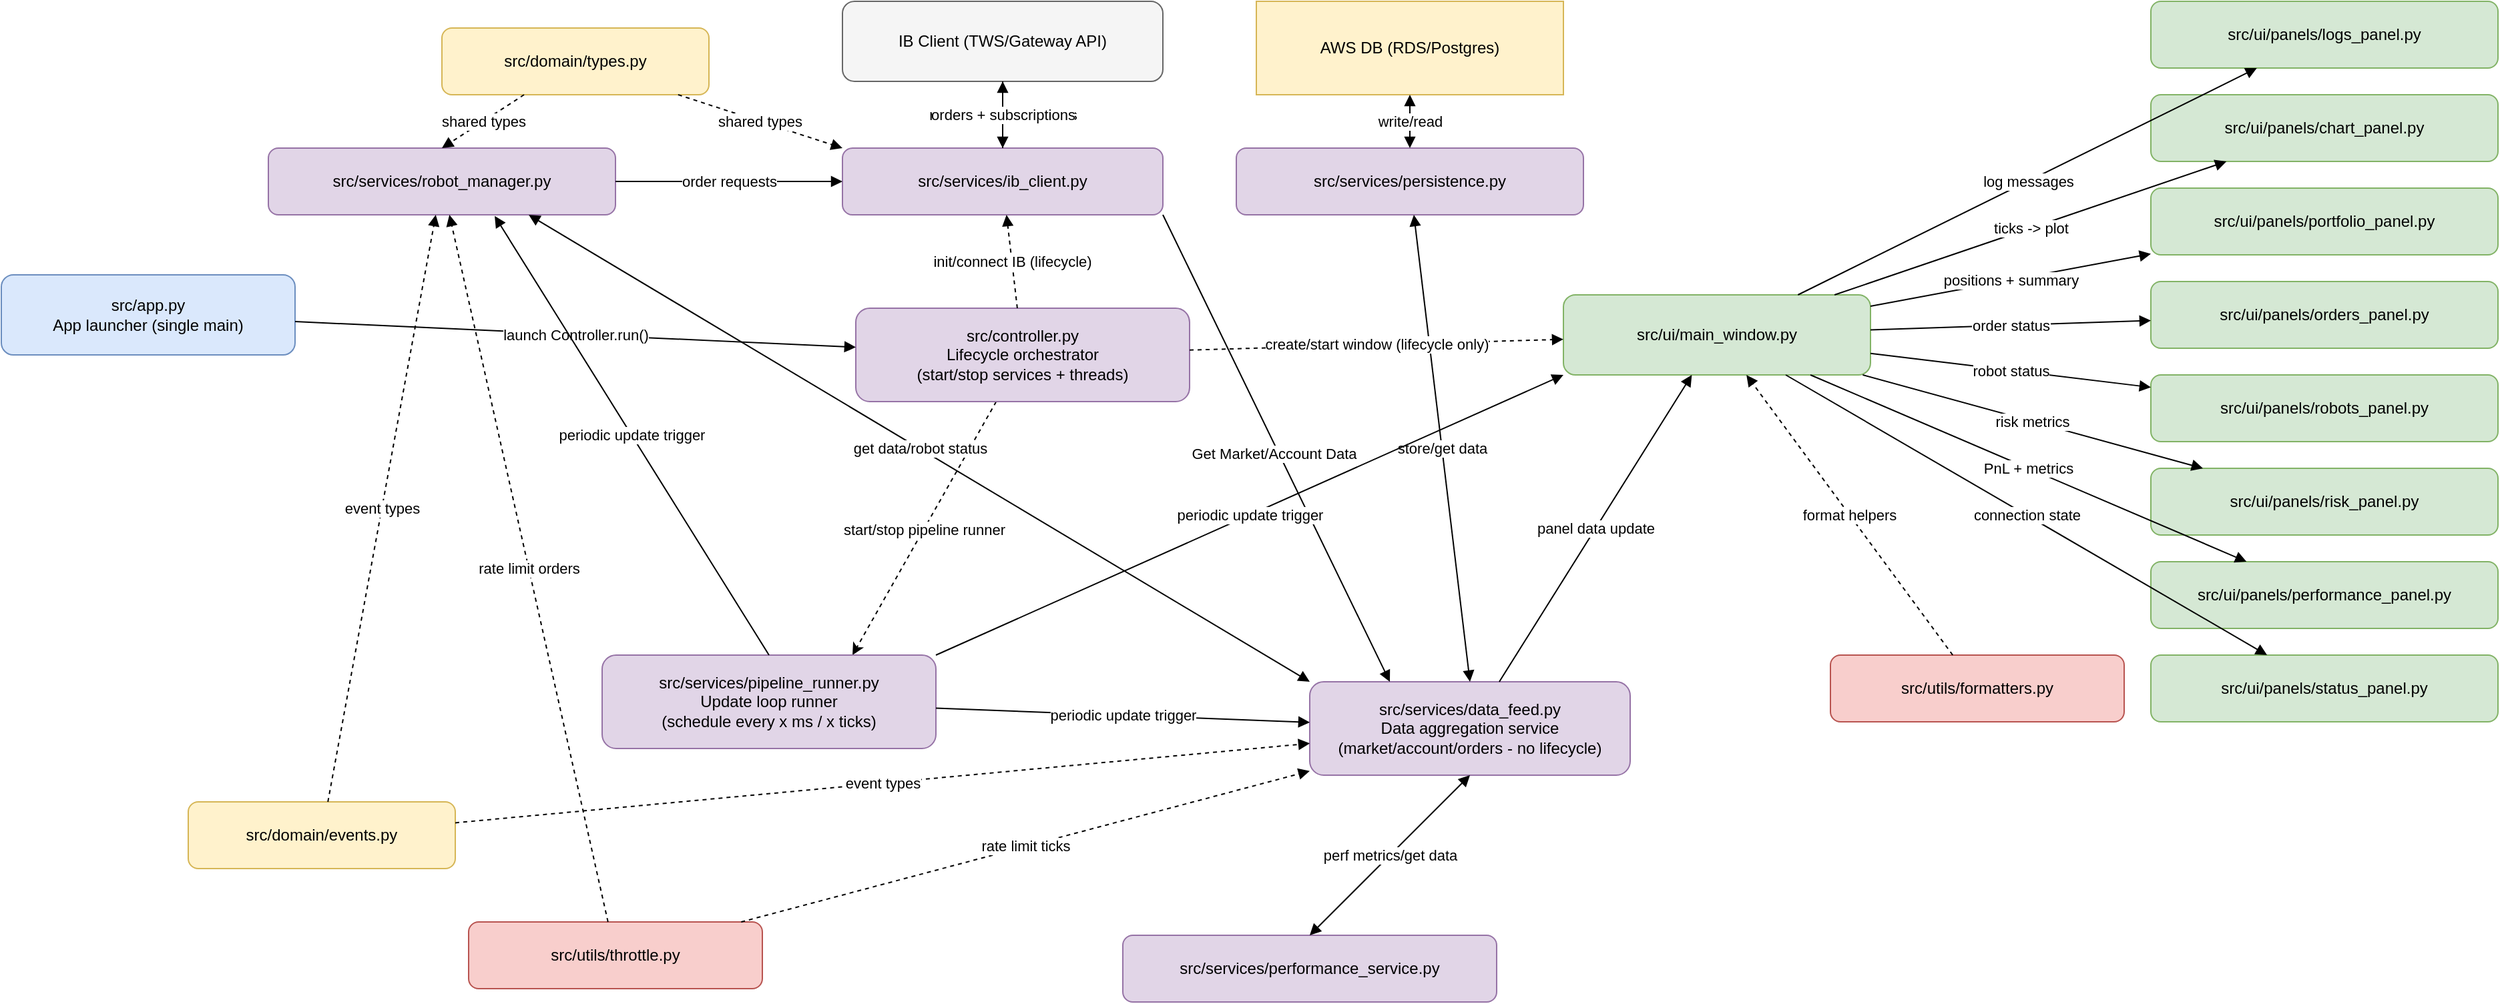
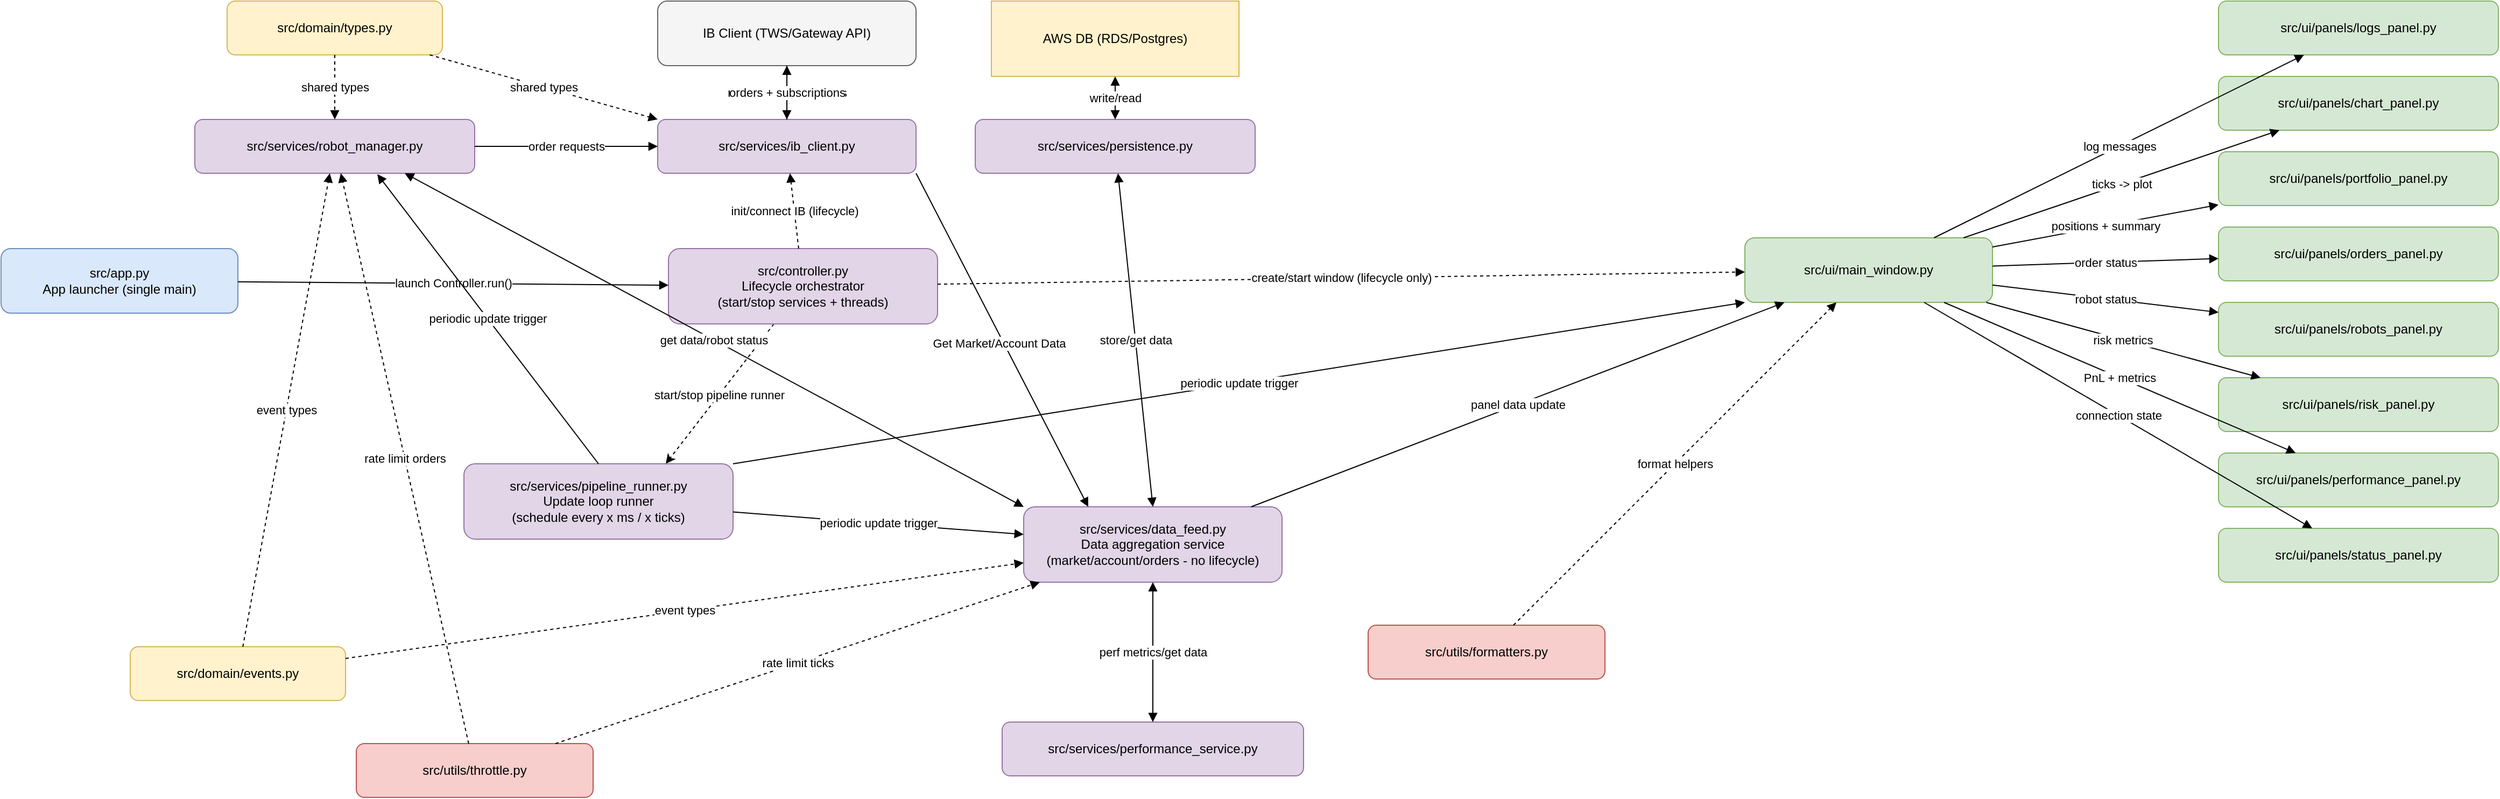
- ﻿<mxfile host="drawio-plugin" modified="2026-02-17T16:05:40.946Z" agent="Mozilla/5.0 (Windows NT 10.0; Win64; x64) AppleWebKit/537.36 (KHTML, like Gecko) Chrome/137.0.0.0 Safari/537.36" etag="W1rZlkrYxI3Sz-zRTzAg" version="22.1.22" type="embed">
+ ﻿<mxfile host="drawio-plugin" modified="2026-02-18T12:47:04.647Z" agent="Mozilla/5.0 (Windows NT 10.0; Win64; x64) AppleWebKit/537.36 (KHTML, like Gecko) Chrome/137.0.0.0 Safari/537.36" etag="B5vY1B-GQwID_ZLeWf3N" version="22.1.22" type="embed">
  <diagram id="dataflow-live" name="Live Trading Dataflow">
-     <mxGraphModel dx="2838" dy="914" grid="1" gridSize="10" guides="1" tooltips="1" connect="1" arrows="1" fold="1" page="1" pageScale="1" pageWidth="1600" pageHeight="900" math="0" shadow="0">
+     <mxGraphModel dx="2789" dy="914" grid="1" gridSize="10" guides="1" tooltips="1" connect="1" arrows="1" fold="1" page="1" pageScale="1" pageWidth="1600" pageHeight="900" math="0" shadow="0">
      <root>
        <mxCell id="0" />
        <mxCell id="1" parent="0" />
        <mxCell id="ui_main" value="src/ui/main_window.py" style="rounded=1;whiteSpace=wrap;html=1;fillColor=#d5e8d4;strokeColor=#82b366;" parent="1" vertex="1">
-           <mxGeometry x="900" y="220" width="230" height="60" as="geometry" />
+           <mxGeometry x="1370" y="220" width="230" height="60" as="geometry" />
        </mxCell>
        <mxCell id="app_entry" value="src/app.py&lt;br&gt;App launcher (single main)" style="rounded=1;whiteSpace=wrap;html=1;fillColor=#dae8fc;strokeColor=#6c8ebf;" parent="1" vertex="1">
-           <mxGeometry x="-270" y="205" width="220" height="60" as="geometry" />
+           <mxGeometry x="-250" y="230" width="220" height="60" as="geometry" />
        </mxCell>
        <mxCell id="domain_events" value="src/domain/events.py" style="rounded=1;whiteSpace=wrap;html=1;fillColor=#fff2cc;strokeColor=#d6b656;" parent="1" vertex="1">
          <mxGeometry x="-130" y="600" width="200" height="50" as="geometry" />
        </mxCell>
        <mxCell id="domain_types" value="src/domain/types.py" style="rounded=1;whiteSpace=wrap;html=1;fillColor=#fff2cc;strokeColor=#d6b656;" parent="1" vertex="1">
-           <mxGeometry x="60" y="20" width="200" height="50" as="geometry" />
+           <mxGeometry x="-40" width="200" height="50" as="geometry" />
        </mxCell>
        <mxCell id="utils_formatters" value="src/utils/formatters.py" style="rounded=1;whiteSpace=wrap;html=1;fillColor=#f8cecc;strokeColor=#b85450;" parent="1" vertex="1">
-           <mxGeometry x="1100" y="490" width="220" height="50" as="geometry" />
+           <mxGeometry x="1020" y="580" width="220" height="50" as="geometry" />
        </mxCell>
        <mxCell id="utils_throttle" value="src/utils/throttle.py" style="rounded=1;whiteSpace=wrap;html=1;fillColor=#f8cecc;strokeColor=#b85450;" parent="1" vertex="1">
          <mxGeometry x="80" y="690" width="220" height="50" as="geometry" />
        </mxCell>
        <mxCell id="svc_ib_client" value="src/services/ib_client.py" style="rounded=1;whiteSpace=wrap;html=1;fillColor=#e1d5e7;strokeColor=#9673a6;" parent="1" vertex="1">
          <mxGeometry x="360" y="110" width="240" height="50" as="geometry" />
        </mxCell>
        <mxCell id="7" style="rounded=0;orthogonalLoop=1;jettySize=auto;html=1;entryX=0.75;entryY=0;entryDx=0;entryDy=0;dashed=1;" parent="1" source="svc_controller" target="svc_pipeline_runner" edge="1">
          <mxGeometry relative="1" as="geometry" />
        </mxCell>
        <mxCell id="8" value="start/stop pipeline runner" style="edgeLabel;html=1;align=center;verticalAlign=middle;resizable=0;points=[];" parent="7" vertex="1" connectable="0">
          <mxGeometry x="0.0117" relative="1" as="geometry">
            <mxPoint as="offset" />
          </mxGeometry>
        </mxCell>
        <mxCell id="svc_data_feed" value="src/services/data_feed.py&lt;br&gt;Data aggregation service&lt;br&gt;(market/account/orders - no lifecycle)" style="rounded=1;whiteSpace=wrap;html=1;fillColor=#e1d5e7;strokeColor=#9673a6;" parent="1" vertex="1">
-           <mxGeometry x="710" y="510" width="240" height="70" as="geometry" />
+           <mxGeometry x="700" y="470" width="240" height="70" as="geometry" />
        </mxCell>
        <mxCell id="svc_robot_mgr" value="src/services/robot_manager.py" style="rounded=1;whiteSpace=wrap;html=1;fillColor=#e1d5e7;strokeColor=#9673a6;" parent="1" vertex="1">
          <mxGeometry x="-70" y="110" width="260" height="50" as="geometry" />
        </mxCell>
        <mxCell id="svc_persistence" value="src/services/persistence.py" style="rounded=1;whiteSpace=wrap;html=1;fillColor=#e1d5e7;strokeColor=#9673a6;" parent="1" vertex="1">
          <mxGeometry x="655" y="110" width="260" height="50" as="geometry" />
        </mxCell>
        <mxCell id="svc_perf" value="src/services/performance_service.py" style="rounded=1;whiteSpace=wrap;html=1;fillColor=#e1d5e7;strokeColor=#9673a6;" parent="1" vertex="1">
-           <mxGeometry x="570" y="700" width="280" height="50" as="geometry" />
+           <mxGeometry x="680" y="670" width="280" height="50" as="geometry" />
        </mxCell>
        <mxCell id="svc_controller" value="src/controller.py&lt;br&gt;Lifecycle orchestrator&lt;br&gt;(start/stop services + threads)" style="rounded=1;whiteSpace=wrap;html=1;fillColor=#e1d5e7;strokeColor=#9673a6;" parent="1" vertex="1">
          <mxGeometry x="370" y="230" width="250" height="70" as="geometry" />
        </mxCell>
        <mxCell id="svc_pipeline_runner" value="src/services/pipeline_runner.py&lt;br&gt;Update loop runner&lt;br&gt;(schedule every x ms / x ticks)" style="rounded=1;whiteSpace=wrap;html=1;fillColor=#e1d5e7;strokeColor=#9673a6;" parent="1" vertex="1">
-           <mxGeometry x="180" y="490" width="250" height="70" as="geometry" />
+           <mxGeometry x="180" y="430" width="250" height="70" as="geometry" />
        </mxCell>
        <mxCell id="panel_chart" value="src/ui/panels/chart_panel.py" style="rounded=1;whiteSpace=wrap;html=1;fillColor=#d5e8d4;strokeColor=#82b366;" parent="1" vertex="1">
-           <mxGeometry x="1340" y="70" width="260" height="50" as="geometry" />
+           <mxGeometry x="1810" y="70" width="260" height="50" as="geometry" />
        </mxCell>
        <mxCell id="panel_portfolio" value="src/ui/panels/portfolio_panel.py" style="rounded=1;whiteSpace=wrap;html=1;fillColor=#d5e8d4;strokeColor=#82b366;" parent="1" vertex="1">
-           <mxGeometry x="1340" y="140" width="260" height="50" as="geometry" />
+           <mxGeometry x="1810" y="140" width="260" height="50" as="geometry" />
        </mxCell>
        <mxCell id="panel_orders" value="src/ui/panels/orders_panel.py" style="rounded=1;whiteSpace=wrap;html=1;fillColor=#d5e8d4;strokeColor=#82b366;" parent="1" vertex="1">
-           <mxGeometry x="1340" y="210" width="260" height="50" as="geometry" />
+           <mxGeometry x="1810" y="210" width="260" height="50" as="geometry" />
        </mxCell>
        <mxCell id="panel_robots" value="src/ui/panels/robots_panel.py" style="rounded=1;whiteSpace=wrap;html=1;fillColor=#d5e8d4;strokeColor=#82b366;" parent="1" vertex="1">
-           <mxGeometry x="1340" y="280" width="260" height="50" as="geometry" />
+           <mxGeometry x="1810" y="280" width="260" height="50" as="geometry" />
        </mxCell>
        <mxCell id="panel_performance" value="src/ui/panels/performance_panel.py" style="rounded=1;whiteSpace=wrap;html=1;fillColor=#d5e8d4;strokeColor=#82b366;" parent="1" vertex="1">
-           <mxGeometry x="1340" y="420" width="260" height="50" as="geometry" />
+           <mxGeometry x="1810" y="420" width="260" height="50" as="geometry" />
        </mxCell>
        <mxCell id="panel_risk" value="src/ui/panels/risk_panel.py" style="rounded=1;whiteSpace=wrap;html=1;fillColor=#d5e8d4;strokeColor=#82b366;" parent="1" vertex="1">
-           <mxGeometry x="1340" y="350" width="260" height="50" as="geometry" />
+           <mxGeometry x="1810" y="350" width="260" height="50" as="geometry" />
        </mxCell>
        <mxCell id="panel_status" value="src/ui/panels/status_panel.py" style="rounded=1;whiteSpace=wrap;html=1;fillColor=#d5e8d4;strokeColor=#82b366;" parent="1" vertex="1">
-           <mxGeometry x="1340" y="490" width="260" height="50" as="geometry" />
+           <mxGeometry x="1810" y="490" width="260" height="50" as="geometry" />
        </mxCell>
        <mxCell id="panel_logs" value="src/ui/panels/logs_panel.py" style="rounded=1;whiteSpace=wrap;html=1;fillColor=#d5e8d4;strokeColor=#82b366;" parent="1" vertex="1">
-           <mxGeometry x="1340" width="260" height="50" as="geometry" />
+           <mxGeometry x="1810" width="260" height="50" as="geometry" />
        </mxCell>
        <mxCell id="ext_ib_client" value="IB Client (TWS/Gateway API)" style="rounded=1;whiteSpace=wrap;html=1;fillColor=#f5f5f5;strokeColor=#666666;" parent="1" vertex="1">
          <mxGeometry x="360" width="240" height="60" as="geometry" />
        </mxCell>
        <mxCell id="aws_db" value="AWS DB (RDS/Postgres)" style="shape=database;whiteSpace=wrap;html=1;fillColor=#fff2cc;strokeColor=#d6b656;" parent="1" vertex="1">
          <mxGeometry x="670" width="230" height="70" as="geometry" />
        </mxCell>
        <mxCell id="edge_feed_persist" value="store/get data" style="endArrow=block;html=1;startArrow=block;startFill=1;exitX=0.5;exitY=0;exitDx=0;exitDy=0;" parent="1" source="svc_data_feed" target="svc_persistence" edge="1">
          <mxGeometry relative="1" as="geometry" />
        </mxCell>
        <mxCell id="edge_robot_ib" value="order requests" style="endArrow=block;html=1;entryX=0;entryY=0.5;entryDx=0;entryDy=0;exitX=1;exitY=0.5;exitDx=0;exitDy=0;" parent="1" source="svc_robot_mgr" target="svc_ib_client" edge="1">
          <mxGeometry relative="1" as="geometry" />
        </mxCell>
        <mxCell id="edge_ib_ext_to_service" value="market/account/events" style="endArrow=block;html=1;" parent="1" source="ext_ib_client" target="svc_ib_client" edge="1">
          <mxGeometry relative="1" as="geometry" />
        </mxCell>
        <mxCell id="edge_service_to_ib_ext" value="orders + subscriptions" style="endArrow=block;html=1;dashed=1;" parent="1" source="svc_ib_client" target="ext_ib_client" edge="1">
          <mxGeometry relative="1" as="geometry" />
        </mxCell>
        <mxCell id="edge_persist_aws_db" value="write/read" style="endArrow=block;html=1;startArrow=block;startFill=1;" parent="1" source="svc_persistence" target="aws_db" edge="1">
          <mxGeometry relative="1" as="geometry" />
        </mxCell>
        <mxCell id="edge_main_ctrl_ib" value="init/connect IB (lifecycle)" style="endArrow=block;html=1;dashed=1;" parent="1" source="svc_controller" target="svc_ib_client" edge="1">
          <mxGeometry relative="1" as="geometry" />
        </mxCell>
        <mxCell id="edge_main_ctrl_ui" value="create/start window (lifecycle only)" style="endArrow=block;html=1;dashed=1;" parent="1" source="svc_controller" target="ui_main" edge="1">
          <mxGeometry relative="1" as="geometry" />
        </mxCell>
        <mxCell id="edge_app_controller" value="launch Controller.run()" style="endArrow=block;html=1;" parent="1" source="app_entry" target="svc_controller" edge="1">
          <mxGeometry relative="1" as="geometry" />
        </mxCell>
        <mxCell id="edge_runner_feed" value="periodic update trigger" style="endArrow=block;html=1;" parent="1" source="svc_pipeline_runner" target="svc_data_feed" edge="1">
          <mxGeometry relative="1" as="geometry" />
        </mxCell>
        <mxCell id="edge_ib_ui" value="" style="endArrow=block;html=1;entryX=0.25;entryY=0;entryDx=0;entryDy=0;startArrow=none;startFill=0;exitX=1;exitY=1;exitDx=0;exitDy=0;" parent="1" source="svc_ib_client" target="svc_data_feed" edge="1">
          <mxGeometry relative="1" as="geometry" />
        </mxCell>
        <mxCell id="3" value="Get Market/Account Data" style="edgeLabel;html=1;align=center;verticalAlign=middle;resizable=0;points=[];" parent="edge_ib_ui" vertex="1" connectable="0">
          <mxGeometry x="0.0098" y="-4" relative="1" as="geometry">
            <mxPoint as="offset" />
          </mxGeometry>
        </mxCell>
        <mxCell id="edge_feed_ui" value="panel data update" style="endArrow=block;html=1;" parent="1" source="svc_data_feed" target="ui_main" edge="1">
          <mxGeometry relative="1" as="geometry" />
        </mxCell>
        <mxCell id="edge_robot_ui" value="get data/robot status" style="endArrow=block;html=1;entryX=0;entryY=0;entryDx=0;entryDy=0;startArrow=block;startFill=1;exitX=0.75;exitY=1;exitDx=0;exitDy=0;" parent="1" source="svc_robot_mgr" target="svc_data_feed" edge="1">
          <mxGeometry relative="1" as="geometry">
            <mxPoint x="130" y="220" as="sourcePoint" />
          </mxGeometry>
        </mxCell>
        <mxCell id="edge_perf_ui" value="perf metrics/get data" style="endArrow=block;html=1;entryX=0.5;entryY=1;entryDx=0;entryDy=0;startArrow=block;startFill=1;exitX=0.5;exitY=0;exitDx=0;exitDy=0;" parent="1" source="svc_perf" target="svc_data_feed" edge="1">
          <mxGeometry relative="1" as="geometry" />
        </mxCell>
        <mxCell id="edge_ui_chart" value="ticks -&gt; plot" style="endArrow=block;html=1;" parent="1" source="ui_main" target="panel_chart" edge="1">
          <mxGeometry relative="1" as="geometry" />
        </mxCell>
        <mxCell id="edge_ui_portfolio" value="positions + summary" style="endArrow=block;html=1;" parent="1" source="ui_main" target="panel_portfolio" edge="1">
          <mxGeometry relative="1" as="geometry" />
        </mxCell>
        <mxCell id="edge_ui_orders" value="order status" style="endArrow=block;html=1;" parent="1" source="ui_main" target="panel_orders" edge="1">
          <mxGeometry relative="1" as="geometry" />
        </mxCell>
        <mxCell id="edge_ui_robots" value="robot status" style="endArrow=block;html=1;" parent="1" source="ui_main" target="panel_robots" edge="1">
          <mxGeometry relative="1" as="geometry" />
        </mxCell>
        <mxCell id="edge_ui_perf" value="PnL + metrics" style="endArrow=block;html=1;" parent="1" source="ui_main" target="panel_performance" edge="1">
          <mxGeometry relative="1" as="geometry" />
        </mxCell>
        <mxCell id="edge_ui_risk" value="risk metrics" style="endArrow=block;html=1;" parent="1" source="ui_main" target="panel_risk" edge="1">
          <mxGeometry relative="1" as="geometry" />
        </mxCell>
        <mxCell id="edge_ui_status" value="connection state" style="endArrow=block;html=1;" parent="1" source="ui_main" target="panel_status" edge="1">
          <mxGeometry relative="1" as="geometry" />
        </mxCell>
        <mxCell id="edge_ui_logs" value="log messages" style="endArrow=block;html=1;" parent="1" source="ui_main" target="panel_logs" edge="1">
          <mxGeometry relative="1" as="geometry" />
        </mxCell>
        <mxCell id="edge_formatters_ui" value="format helpers" style="endArrow=block;html=1;dashed=1;" parent="1" source="utils_formatters" target="ui_main" edge="1">
          <mxGeometry relative="1" as="geometry" />
        </mxCell>
        <mxCell id="edge_throttle_feed" value="rate limit ticks" style="endArrow=block;html=1;dashed=1;" parent="1" source="utils_throttle" target="svc_data_feed" edge="1">
          <mxGeometry relative="1" as="geometry" />
        </mxCell>
        <mxCell id="edge_throttle_robot" value="rate limit orders" style="endArrow=block;html=1;dashed=1;" parent="1" source="utils_throttle" target="svc_robot_mgr" edge="1">
          <mxGeometry relative="1" as="geometry" />
        </mxCell>
        <mxCell id="edge_domain_types_ib" value="shared types" style="endArrow=block;html=1;dashed=1;entryX=0;entryY=0;entryDx=0;entryDy=0;" parent="1" source="domain_types" target="svc_ib_client" edge="1">
          <mxGeometry relative="1" as="geometry" />
        </mxCell>
        <mxCell id="edge_domain_types_robot" value="shared types" style="endArrow=block;html=1;dashed=1;entryX=0.5;entryY=0;entryDx=0;entryDy=0;" parent="1" source="domain_types" target="svc_robot_mgr" edge="1">
          <mxGeometry relative="1" as="geometry" />
        </mxCell>
        <mxCell id="edge_domain_events_feed" value="event types" style="endArrow=block;html=1;dashed=1;" parent="1" source="domain_events" target="svc_data_feed" edge="1">
          <mxGeometry relative="1" as="geometry" />
        </mxCell>
        <mxCell id="edge_domain_events_robot" value="event types" style="endArrow=block;html=1;dashed=1;" parent="1" source="domain_events" target="svc_robot_mgr" edge="1">
          <mxGeometry relative="1" as="geometry" />
        </mxCell>
        <mxCell id="9" value="periodic update trigger" style="endArrow=block;html=1;entryX=0.652;entryY=1.017;entryDx=0;entryDy=0;entryPerimeter=0;exitX=0.5;exitY=0;exitDx=0;exitDy=0;" parent="1" source="svc_pipeline_runner" target="svc_robot_mgr" edge="1">
          <mxGeometry relative="1" as="geometry">
            <mxPoint x="430" y="586" as="sourcePoint" />
            <mxPoint x="720" y="564" as="targetPoint" />
          </mxGeometry>
        </mxCell>
        <mxCell id="10" value="periodic update trigger" style="endArrow=block;html=1;exitX=1;exitY=0;exitDx=0;exitDy=0;entryX=0;entryY=1;entryDx=0;entryDy=0;" parent="1" source="svc_pipeline_runner" target="ui_main" edge="1">
          <mxGeometry relative="1" as="geometry">
            <mxPoint x="440" y="540" as="sourcePoint" />
            <mxPoint x="720" y="550" as="targetPoint" />
          </mxGeometry>
        </mxCell>
      </root>
    </mxGraphModel>
  </diagram>
</mxfile>
